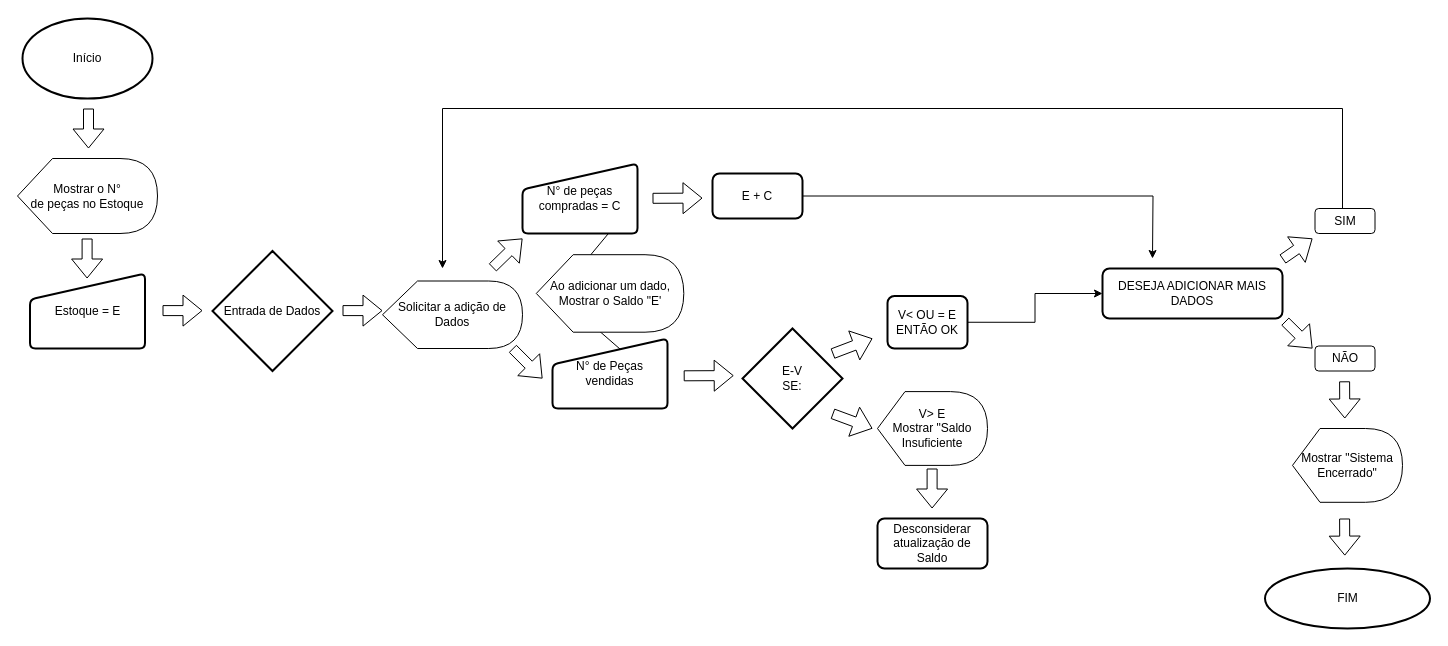
This is Diagrama sem nome.drawio from Ins1d3r8/Primeiro-Algor-tmo, a draw.io file, before an edit. Source tidied: cells renumbered, new cells numbered last; positions are measured from the earlier drawing's top-left corner, leaving out a move shared by most shapes. Both pictures are drawn from the tidied source at 100%, with x=0, y=0 at pixel (17, 18).
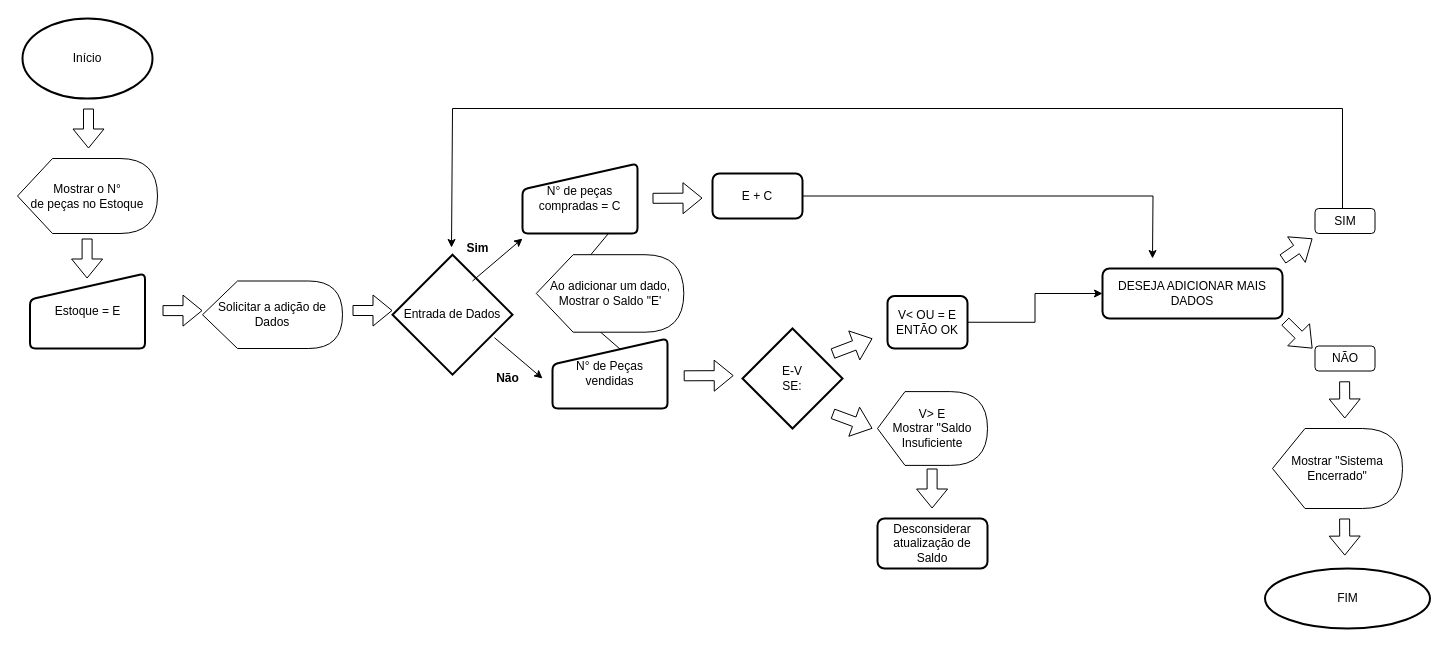
The same diagram, later.

What changed in the source:
```diff
@@
     <mxCell id="3" style="shape=flexArrow;endArrow=classic;html=1;rounded=0;" parent="1" edge="1">
       <mxGeometry relative="1" as="geometry">
-        <mxPoint x="325" y="292.1" as="sourcePoint" />
-        <mxPoint x="365" y="292.1" as="targetPoint" />
+        <mxPoint x="335" y="292" as="sourcePoint" />
+        <mxPoint x="375" y="292" as="targetPoint" />
       </mxGeometry>
     </mxCell>
@@
     <mxCell id="15" style="endArrow=none;html=1;rounded=0;" parent="1" edge="1">
       <mxGeometry relative="1" as="geometry">
-        <mxPoint x="425" y="90" as="sourcePoint" />
+        <mxPoint x="435" y="90" as="sourcePoint" />
         <mxPoint x="1265" y="90" as="targetPoint" />
       </mxGeometry>
     </mxCell>
-    <mxCell id="16" style="endArrow=classic;html=1;rounded=0;" parent="1" edge="1">
+    <mxCell id="16" style="endArrow=classic;html=1;rounded=0;entryX=-0.02;entryY=0.467;entryDx=0;entryDy=0;entryPerimeter=0;" parent="1" edge="1" target="47">
       <mxGeometry relative="1" as="geometry">
-        <mxPoint x="425" y="90" as="sourcePoint" />
-        <mxPoint x="425" y="250" as="targetPoint" />
+        <mxPoint x="435" y="90" as="sourcePoint" />
       </mxGeometry>
     </mxCell>
@@
     <mxCell id="22" value="Entrada de Dados" style="strokeWidth=2;html=1;shape=mxgraph.flowchart.decision;whiteSpace=wrap;" parent="1" vertex="1">
-      <mxGeometry x="195" y="232.5" width="120" height="120" as="geometry" />
+      <mxGeometry x="375" y="236.2" width="120" height="120" as="geometry" />
     </mxCell>
     <mxCell id="23" value="Solicitar a adição de Dados" style="shape=display;whiteSpace=wrap;html=1;" parent="1" vertex="1">
-      <mxGeometry x="365" y="262.5" width="140" height="67.5" as="geometry" />
+      <mxGeometry x="185" y="262.5" width="140" height="67.5" as="geometry" />
     </mxCell>
-    <mxCell id="24" style="shape=flexArrow;endArrow=classic;html=1;rounded=0;" parent="1" edge="1">
-      <mxGeometry relative="1" as="geometry">
-        <mxPoint x="475" y="249.2" as="sourcePoint" />
-        <mxPoint x="505" y="220" as="targetPoint" />
-      </mxGeometry>
-    </mxCell>
-    <mxCell id="25" style="shape=flexArrow;endArrow=classic;html=1;rounded=0;" parent="1" edge="1">
-      <mxGeometry relative="1" as="geometry">
-        <mxPoint x="495" y="330" as="sourcePoint" />
-        <mxPoint x="525" y="360" as="targetPoint" />
-      </mxGeometry>
-    </mxCell>
@@
     <mxCell id="42" value="Mostrar &quot;Sistema Encerrado&quot;" style="shape=display;whiteSpace=wrap;html=1;" parent="1" vertex="1">
-      <mxGeometry x="1275" y="410" width="110" height="73.8" as="geometry" />
+      <mxGeometry x="1255" y="410" width="130" height="80" as="geometry" />
     </mxCell>
@@
+    <mxCell id="44" style="endArrow=classic;html=1;rounded=0;exitX=0.85;exitY=0.692;exitDx=0;exitDy=0;exitPerimeter=0;" parent="1" edge="1" source="22">
+      <mxGeometry relative="1" as="geometry">
+        <mxPoint x="525" y="360" as="targetPoint" />
+      </mxGeometry>
+    </mxCell>
+    <mxCell id="45" style="endArrow=classic;html=1;rounded=0;exitX=0.85;exitY=0.692;exitDx=0;exitDy=0;exitPerimeter=0;" parent="1" edge="1">
+      <mxGeometry relative="1" as="geometry">
+        <mxPoint x="455" y="262.5" as="sourcePoint" />
+        <mxPoint x="505" y="220" as="targetPoint" />
+      </mxGeometry>
+    </mxCell>
+    <mxCell id="46" value="Não" style="text;html=1;align=center;verticalAlign=middle;strokeColor=none;fillColor=none;fontStyle=1;" parent="1" vertex="1">
+      <mxGeometry x="465" y="345" width="50" height="30" as="geometry" />
+    </mxCell>
+    <mxCell id="47" value="Sim" style="text;html=1;align=center;verticalAlign=middle;points=[];strokeColor=none;fillColor=none;fontStyle=1;" parent="1" vertex="1">
+      <mxGeometry x="435" y="215" width="50" height="30" as="geometry" />
+    </mxCell>
```
